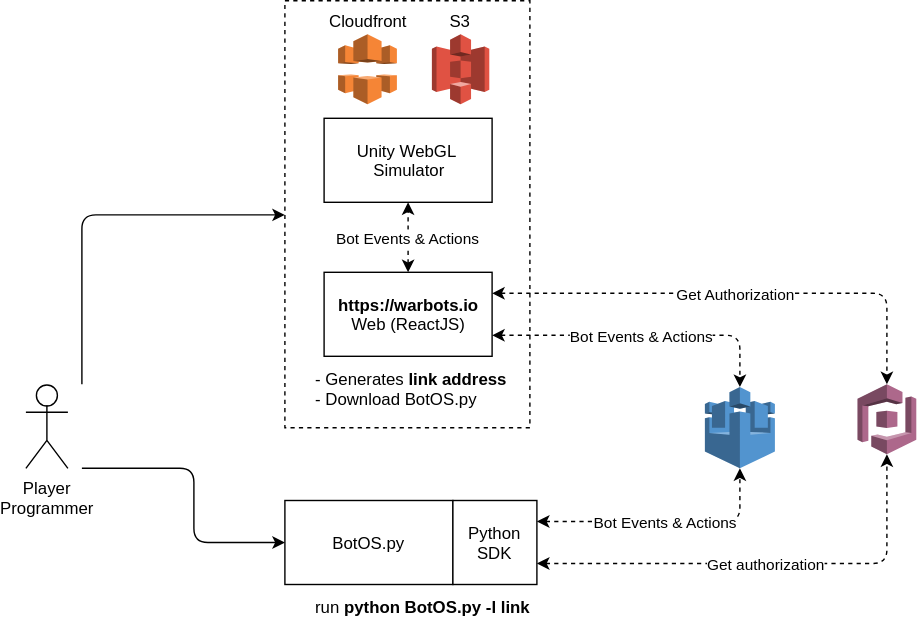
The draw.io diagram infrastructure/diagram.svg in gianksp/warbots, before a commit. Source tidied: cells renumbered, new cells last; positions are measured from the earlier drawing's top-left corner, leaving out a move shared by most shapes. Its diagram source:
```xml
<mxGraphModel background="#ffffff">
  <root>
    <mxCell id="0" />
    <mxCell id="1" parent="0" />
    <mxCell id="2" style="dashed=0;html=1;shape=mxgraph.aws3.aws_iot;fillColor=#5294CF;gradientColor=none;" parent="1" vertex="1">
      <mxGeometry x="485" y="276" width="50" height="58" as="geometry" />
    </mxCell>
    <mxCell id="3" style="dashed=0;html=1;shape=mxgraph.aws3.cognito;fillColor=#AD688B;gradientColor=none;" parent="1" vertex="1">
      <mxGeometry x="594" y="274" width="42" height="50" as="geometry" />
    </mxCell>
    <mxCell id="4" value="Player&lt;br&gt;Programmer" style="shape=umlActor;verticalLabelPosition=bottom;labelBackgroundColor=#ffffff;verticalAlign=top;html=1;align=center;" parent="1" vertex="1">
      <mxGeometry y="274" width="30" height="60" as="geometry" />
    </mxCell>
    <mxCell id="5" value="BotOS.py" style="rounded=0;whiteSpace=wrap;html=1;align=center;" parent="1" vertex="1">
      <mxGeometry x="185" y="357" width="120" height="60" as="geometry" />
    </mxCell>
    <mxCell id="6" value="Python&lt;br&gt;SDK&lt;br&gt;" style="rounded=0;whiteSpace=wrap;html=1;align=center;" parent="1" vertex="1">
      <mxGeometry x="305" y="357" width="60" height="60" as="geometry" />
    </mxCell>
    <mxCell id="7" style="endArrow=classic;html=1;entryX=0;entryY=0.5;" parent="1" edge="1" target="12">
      <mxGeometry relative="1" as="geometry">
        <mxPoint x="40" y="274" as="sourcePoint" />
        <Array as="points">
          <mxPoint x="40" y="153" />
        </Array>
      </mxGeometry>
    </mxCell>
    <mxCell id="8" value="run&amp;nbsp;&lt;b&gt;python BotOS.py -l link&lt;br&gt;&lt;/b&gt;" style="text;html=1;align=left;verticalAlign=top;spacingTop=-4;" parent="1" vertex="1">
      <mxGeometry x="205" y="424" width="170" height="20" as="geometry" />
    </mxCell>
    <mxCell id="9" style="endArrow=classic;html=1;entryX=0;entryY=0.5;" parent="1" edge="1" target="5">
      <mxGeometry relative="1" as="geometry">
        <mxPoint x="40" y="334" as="sourcePoint" />
        <Array as="points">
          <mxPoint x="120" y="334" />
          <mxPoint x="120" y="387" />
        </Array>
      </mxGeometry>
    </mxCell>
    <mxCell id="10" value="Bot Events &amp;amp; Actions" style="endArrow=classic;startArrow=classic;html=1;exitX=1;exitY=0.25;entryX=0.5;entryY=1;entryPerimeter=0;strokeColor=#000000;dashed=1;" parent="1" edge="1" source="6" target="2">
      <mxGeometry relative="1" as="geometry">
        <Array as="points">
          <mxPoint x="510" y="372" />
        </Array>
      </mxGeometry>
    </mxCell>
    <mxCell id="11" value="Get authorization" style="endArrow=classic;startArrow=classic;html=1;dashed=1;strokeColor=#000000;exitX=1;exitY=0.75;entryX=0.5;entryY=1;entryPerimeter=0;" parent="1" edge="1" source="6" target="3">
      <mxGeometry relative="1" as="geometry">
        <Array as="points">
          <mxPoint x="615" y="402" />
        </Array>
      </mxGeometry>
    </mxCell>
    <mxCell id="12" style="rounded=0;whiteSpace=wrap;html=1;align=center;dashed=1;" parent="1" vertex="1">
      <mxGeometry x="185" width="175" height="305" as="geometry" />
    </mxCell>
    <mxCell id="13" value="&lt;b&gt;https://warbots.io&lt;/b&gt;&lt;br&gt;Web (ReactJS)&lt;br&gt;" style="rounded=0;whiteSpace=wrap;html=1;align=center;" parent="1" vertex="1">
      <mxGeometry x="213" y="194" width="120" height="60" as="geometry" />
    </mxCell>
    <mxCell id="14" value="Unity WebGL&amp;nbsp;&lt;br&gt;Simulator&lt;br&gt;" style="rounded=0;whiteSpace=wrap;html=1;align=center;" parent="1" vertex="1">
      <mxGeometry x="213" y="84" width="120" height="60" as="geometry" />
    </mxCell>
    <mxCell id="15" value="- Generates &lt;b&gt;link address&lt;/b&gt;&lt;br&gt;- Download BotOS.py&lt;br&gt;" style="text;html=1;align=left;verticalAlign=top;spacingTop=-4;" parent="1" vertex="1">
      <mxGeometry x="205" y="261" width="150" height="30" as="geometry" />
    </mxCell>
    <mxCell id="16" value="Bot Events &amp;amp; Actions" style="endArrow=classic;startArrow=classic;html=1;exitX=0.5;exitY=0;strokeColor=#000000;dashed=1;" parent="1" edge="1">
      <mxGeometry relative="1" as="geometry">
        <mxPoint x="273" y="194" as="sourcePoint" />
        <mxPoint x="273" y="144" as="targetPoint" />
      </mxGeometry>
    </mxCell>
    <mxCell id="17" value="S3&lt;br&gt;&lt;br&gt;&lt;br&gt;&lt;br&gt;&lt;br&gt;&lt;br&gt;" style="dashed=0;html=1;shape=mxgraph.aws3.s3;fillColor=#E05243;gradientColor=none;align=center;" parent="1" vertex="1">
      <mxGeometry x="290" y="24" width="41" height="50" as="geometry" />
    </mxCell>
    <mxCell id="18" value="Bot Events &amp;amp; Actions" style="endArrow=classic;startArrow=classic;html=1;entryX=0.5;entryY=0;entryPerimeter=0;strokeColor=#000000;dashed=1;exitX=1;exitY=0.75;" parent="1" edge="1" source="13" target="2">
      <mxGeometry relative="1" as="geometry">
        <Array as="points">
          <mxPoint x="510" y="239" />
        </Array>
      </mxGeometry>
    </mxCell>
    <mxCell id="19" value="Get Authorization" style="endArrow=classic;startArrow=classic;html=1;dashed=1;strokeColor=#000000;exitX=1;exitY=0.25;entryX=0.5;entryY=0;entryPerimeter=0;" parent="1" edge="1" source="13" target="3">
      <mxGeometry relative="1" as="geometry">
        <Array as="points">
          <mxPoint x="615" y="209" />
        </Array>
      </mxGeometry>
    </mxCell>
    <mxCell id="20" value="Cloudfront&lt;br&gt;&lt;br&gt;&lt;br&gt;&lt;br&gt;&lt;br&gt;&lt;br&gt;" style="dashed=0;html=1;shape=mxgraph.aws3.cloudfront;fillColor=#F58536;gradientColor=none;align=center;" parent="1" vertex="1">
      <mxGeometry x="223" y="24" width="42" height="50" as="geometry" />
    </mxCell>
  </root>
</mxGraphModel>
```
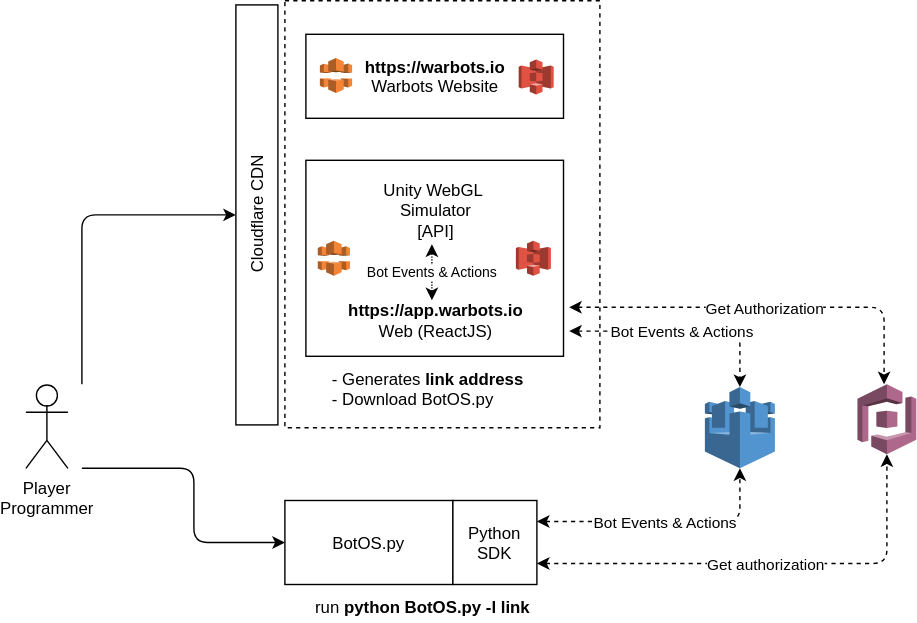
After the change.

Diff of the diagram source:
```diff
@@ -1,4 +1,4 @@
-<mxGraphModel background="#ffffff">
+<mxGraphModel>
   <root>
     <mxCell id="0" />
     <mxCell id="1" parent="0" />
@@ -17,7 +17,7 @@
     <mxCell id="6" value="Python&lt;br&gt;SDK&lt;br&gt;" style="rounded=0;whiteSpace=wrap;html=1;align=center;" parent="1" vertex="1">
       <mxGeometry x="305" y="357" width="60" height="60" as="geometry" />
     </mxCell>
-    <mxCell id="7" style="endArrow=classic;html=1;entryX=0;entryY=0.5;" parent="1" edge="1" target="12">
+    <mxCell id="7" style="endArrow=classic;html=1;entryX=0.5;entryY=0;" parent="1" edge="1" target="21">
       <mxGeometry relative="1" as="geometry">
         <mxPoint x="40" y="274" as="sourcePoint" />
         <Array as="points">
@@ -52,42 +52,53 @@
       </mxGeometry>
     </mxCell>
     <mxCell id="12" style="rounded=0;whiteSpace=wrap;html=1;align=center;dashed=1;" parent="1" vertex="1">
-      <mxGeometry x="185" width="175" height="305" as="geometry" />
+      <mxGeometry x="185" width="225" height="305" as="geometry" />
     </mxCell>
-    <mxCell id="13" value="&lt;b&gt;https://warbots.io&lt;/b&gt;&lt;br&gt;Web (ReactJS)&lt;br&gt;" style="rounded=0;whiteSpace=wrap;html=1;align=center;" parent="1" vertex="1">
-      <mxGeometry x="213" y="194" width="120" height="60" as="geometry" />
+    <mxCell id="13" value="Unity WebGL&amp;nbsp;&lt;br&gt;Simulator&lt;br&gt;[API]&lt;br&gt;&lt;br&gt;&lt;br&gt;&lt;b&gt;&lt;br&gt;https://app.warbots.io&lt;/b&gt;&lt;br&gt;Web (ReactJS)&lt;br&gt;" style="rounded=0;whiteSpace=wrap;html=1;align=center;" parent="1" vertex="1">
+      <mxGeometry x="200" y="114" width="184" height="140" as="geometry" />
     </mxCell>
-    <mxCell id="14" value="Unity WebGL&amp;nbsp;&lt;br&gt;Simulator&lt;br&gt;" style="rounded=0;whiteSpace=wrap;html=1;align=center;" parent="1" vertex="1">
-      <mxGeometry x="213" y="84" width="120" height="60" as="geometry" />
+    <mxCell id="14" value="&lt;b&gt;https://warbots.io&lt;/b&gt;&lt;br&gt;Warbots Website" style="rounded=0;whiteSpace=wrap;html=1;align=center;" parent="1" vertex="1">
+      <mxGeometry x="200" y="24" width="184" height="60" as="geometry" />
     </mxCell>
     <mxCell id="15" value="- Generates &lt;b&gt;link address&lt;/b&gt;&lt;br&gt;- Download BotOS.py&lt;br&gt;" style="text;html=1;align=left;verticalAlign=top;spacingTop=-4;" parent="1" vertex="1">
-      <mxGeometry x="205" y="261" width="150" height="30" as="geometry" />
+      <mxGeometry x="217" y="261" width="150" height="30" as="geometry" />
     </mxCell>
-    <mxCell id="16" value="Bot Events &amp;amp; Actions" style="endArrow=classic;startArrow=classic;html=1;exitX=0.5;exitY=0;strokeColor=#000000;dashed=1;" parent="1" edge="1">
-      <mxGeometry relative="1" as="geometry">
-        <mxPoint x="273" y="194" as="sourcePoint" />
-        <mxPoint x="273" y="144" as="targetPoint" />
-      </mxGeometry>
-    </mxCell>
-    <mxCell id="17" value="S3&lt;br&gt;&lt;br&gt;&lt;br&gt;&lt;br&gt;&lt;br&gt;&lt;br&gt;" style="dashed=0;html=1;shape=mxgraph.aws3.s3;fillColor=#E05243;gradientColor=none;align=center;" parent="1" vertex="1">
-      <mxGeometry x="290" y="24" width="41" height="50" as="geometry" />
+    <mxCell id="17" style="dashed=0;html=1;shape=mxgraph.aws3.s3;fillColor=#E05243;gradientColor=none;align=center;" parent="1" vertex="1">
+      <mxGeometry x="352" y="42" width="25" height="25" as="geometry" />
     </mxCell>
-    <mxCell id="18" value="Bot Events &amp;amp; Actions" style="endArrow=classic;startArrow=classic;html=1;entryX=0.5;entryY=0;entryPerimeter=0;strokeColor=#000000;dashed=1;exitX=1;exitY=0.75;" parent="1" edge="1" source="13" target="2">
+    <mxCell id="18" value="Bot Events &amp;amp; Actions" style="endArrow=classic;startArrow=classic;html=1;entryX=0.5;entryY=0;entryPerimeter=0;strokeColor=#000000;dashed=1;exitX=1.022;exitY=0.871;exitPerimeter=0;" parent="1" edge="1" source="13" target="2">
       <mxGeometry relative="1" as="geometry">
         <Array as="points">
-          <mxPoint x="510" y="239" />
+          <mxPoint x="510" y="236" />
         </Array>
       </mxGeometry>
     </mxCell>
-    <mxCell id="19" value="Get Authorization" style="endArrow=classic;startArrow=classic;html=1;dashed=1;strokeColor=#000000;exitX=1;exitY=0.25;entryX=0.5;entryY=0;entryPerimeter=0;" parent="1" edge="1" source="13" target="3">
+    <mxCell id="19" value="Get Authorization" style="endArrow=classic;startArrow=classic;html=1;dashed=1;strokeColor=#000000;entryX=0.5;entryY=0;entryPerimeter=0;" parent="1" edge="1">
       <mxGeometry relative="1" as="geometry">
+        <mxPoint x="388" y="219" as="sourcePoint" />
+        <mxPoint x="613" y="274" as="targetPoint" />
         <Array as="points">
-          <mxPoint x="615" y="209" />
+          <mxPoint x="613" y="219" />
         </Array>
       </mxGeometry>
     </mxCell>
-    <mxCell id="20" value="Cloudfront&lt;br&gt;&lt;br&gt;&lt;br&gt;&lt;br&gt;&lt;br&gt;&lt;br&gt;" style="dashed=0;html=1;shape=mxgraph.aws3.cloudfront;fillColor=#F58536;gradientColor=none;align=center;" parent="1" vertex="1">
-      <mxGeometry x="223" y="24" width="42" height="50" as="geometry" />
+    <mxCell id="20" value="&lt;br&gt;&lt;br&gt;&lt;br&gt;&lt;br&gt;&lt;br&gt;&lt;br&gt;" style="dashed=0;html=1;shape=mxgraph.aws3.cloudfront;fillColor=#F58536;gradientColor=none;align=center;" parent="1" vertex="1">
+      <mxGeometry x="210" y="41" width="23" height="25" as="geometry" />
     </mxCell>
+    <mxCell id="21" value="Cloudflare CDN" style="rounded=0;whiteSpace=wrap;html=1;rotation=-90;" parent="1" vertex="1">
+      <mxGeometry x="15" y="138" width="300" height="30" as="geometry" />
+    </mxCell>
+    <mxCell id="16" value="Bot Events &amp;amp; Actions" style="endArrow=classic;startArrow=classic;html=1;entryX=0.489;entryY=0.357;entryPerimeter=0;dashed=1;dashPattern=1 1;fontSize=10;" parent="1" edge="1">
+      <mxGeometry relative="1" as="geometry">
+        <mxPoint x="290" y="214" as="sourcePoint" />
+        <mxPoint x="290" y="174" as="targetPoint" />
+      </mxGeometry>
+    </mxCell>
+    <mxCell id="22" value="&lt;br&gt;&lt;br&gt;&lt;br&gt;&lt;br&gt;&lt;br&gt;&lt;br&gt;" style="dashed=0;html=1;shape=mxgraph.aws3.cloudfront;fillColor=#F58536;gradientColor=none;align=center;" parent="1" vertex="1">
+      <mxGeometry x="208.5" y="171.5" width="23" height="25" as="geometry" />
+    </mxCell>
+    <mxCell id="23" style="dashed=0;html=1;shape=mxgraph.aws3.s3;fillColor=#E05243;gradientColor=none;align=center;" parent="1" vertex="1">
+      <mxGeometry x="350" y="171.5" width="25" height="25" as="geometry" />
+    </mxCell>
   </root>
 </mxGraphModel>
```
